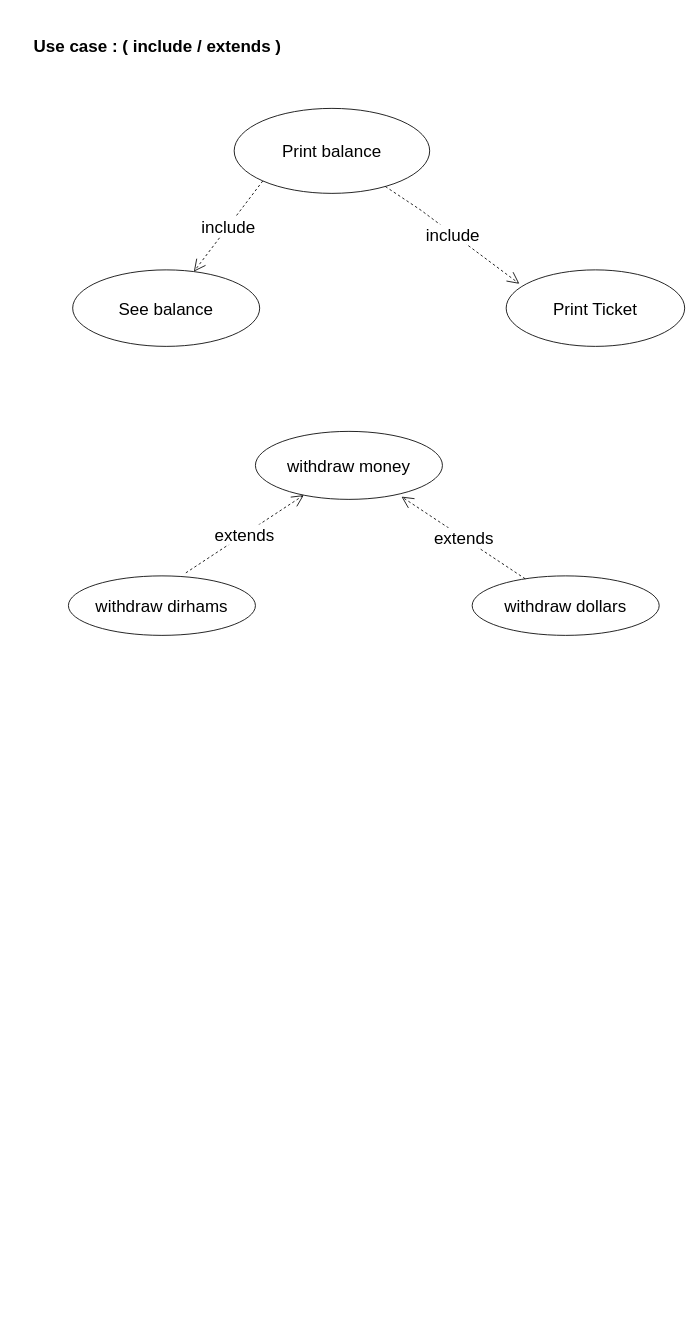
Above: Diagram.drawio in yahyamallak/UML (draw.io), before the change. Source tidied: cells renumbered, new cells numbered last; positions are measured from the earlier drawing's top-left corner, leaving out a move shared by most shapes. Both pictures are drawn from the tidied source at 85%, with x=0, y=0 at pixel (21, 14).
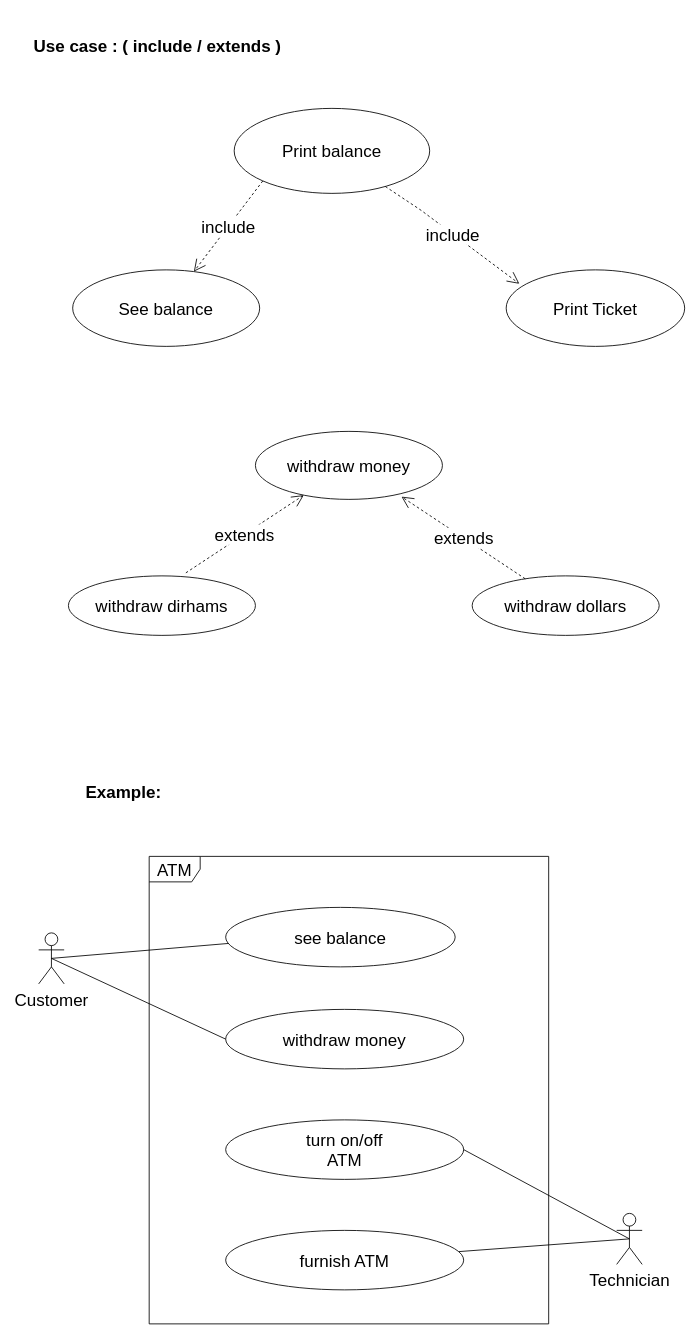
Above is the later version.

Change to the diagram source:
```diff
@@
+    <mxCell id="13" value="ATM" style="shape=umlFrame;whiteSpace=wrap;html=1;fontSize=20;" parent="1" vertex="1">
+      <mxGeometry x="150" y="990" width="470" height="550" as="geometry" />
+    </mxCell>
+    <mxCell id="14" value="Example:" style="text;align=center;fontStyle=1;verticalAlign=middle;spacingLeft=3;spacingRight=3;strokeColor=none;fontSize=20;" parent="1" vertex="1">
+      <mxGeometry x="80" y="900" width="80" height="26" as="geometry" />
+    </mxCell>
+    <mxCell id="15" value="Customer" style="shape=umlActor;verticalLabelPosition=bottom;verticalAlign=top;html=1;fontSize=20;" parent="1" vertex="1">
+      <mxGeometry x="20" y="1080" width="30" height="60" as="geometry" />
+    </mxCell>
+    <mxCell id="16" value="Technician" style="shape=umlActor;verticalLabelPosition=bottom;verticalAlign=top;html=1;fontSize=20;" parent="1" vertex="1">
+      <mxGeometry x="700" y="1410" width="30" height="60" as="geometry" />
+    </mxCell>
+    <mxCell id="17" value="see balance" style="ellipse;whiteSpace=wrap;html=1;fontSize=20;" parent="1" vertex="1">
+      <mxGeometry x="240" y="1050" width="270" height="70" as="geometry" />
+    </mxCell>
+    <mxCell id="18" value="withdraw money" style="ellipse;whiteSpace=wrap;html=1;fontSize=20;" parent="1" vertex="1">
+      <mxGeometry x="240" y="1170" width="280" height="70" as="geometry" />
+    </mxCell>
+    <mxCell id="19" value="turn on/off&lt;br&gt;ATM" style="ellipse;whiteSpace=wrap;html=1;fontSize=20;" parent="1" vertex="1">
+      <mxGeometry x="240" y="1300" width="280" height="70" as="geometry" />
+    </mxCell>
+    <mxCell id="20" value="furnish ATM" style="ellipse;whiteSpace=wrap;html=1;fontSize=20;" parent="1" vertex="1">
+      <mxGeometry x="240" y="1430" width="280" height="70" as="geometry" />
+    </mxCell>
+    <mxCell id="21" style="endArrow=none;html=1;rounded=0;fontSize=20;entryX=0.013;entryY=0.606;entryDx=0;entryDy=0;entryPerimeter=0;exitX=0.5;exitY=0.5;exitDx=0;exitDy=0;exitPerimeter=0;" parent="1" edge="1" source="15" target="17">
+      <mxGeometry relative="1" as="geometry" />
+    </mxCell>
+    <mxCell id="22" style="endArrow=none;html=1;rounded=0;fontSize=20;entryX=0;entryY=0.5;entryDx=0;entryDy=0;exitX=0.5;exitY=0.5;exitDx=0;exitDy=0;exitPerimeter=0;" parent="1" edge="1" source="15" target="18">
+      <mxGeometry relative="1" as="geometry" />
+    </mxCell>
+    <mxCell id="23" style="endArrow=none;html=1;rounded=0;fontSize=20;exitX=1;exitY=0.5;exitDx=0;exitDy=0;entryX=0.5;entryY=0.5;entryDx=0;entryDy=0;entryPerimeter=0;" parent="1" edge="1" source="19" target="16">
+      <mxGeometry relative="1" as="geometry" />
+    </mxCell>
+    <mxCell id="24" style="endArrow=none;html=1;rounded=0;fontSize=20;entryX=0.5;entryY=0.5;entryDx=0;entryDy=0;entryPerimeter=0;" parent="1" edge="1" source="20" target="16">
+      <mxGeometry relative="1" as="geometry" />
+    </mxCell>
```
